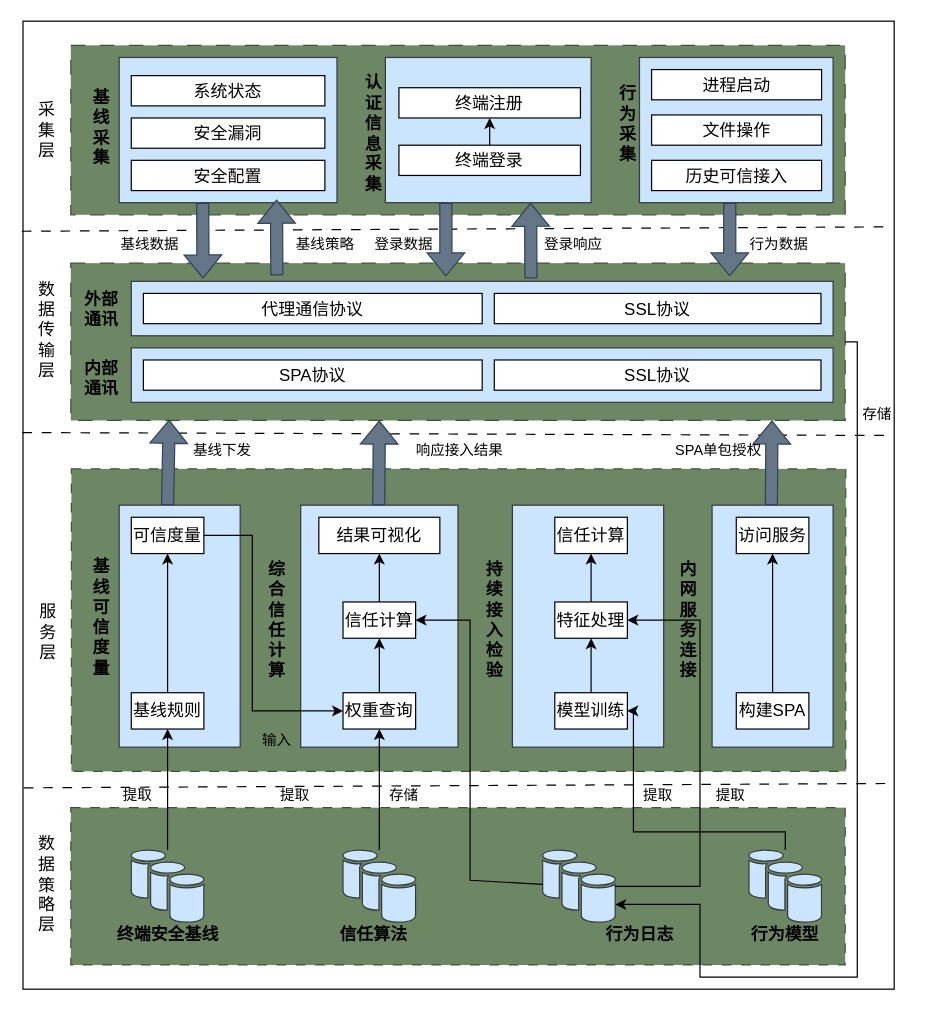
This is testDirectory/零信任可信接入系统架构图.drawio from Moose1273/-, a draw.io file, before an edit. Source tidied: cells renumbered, new cells numbered last; positions are measured from the earlier drawing's top-left corner, leaving out a move shared by most shapes. Both pictures are drawn from the tidied source at 121%, with x=0, y=0 at pixel (22, 21).
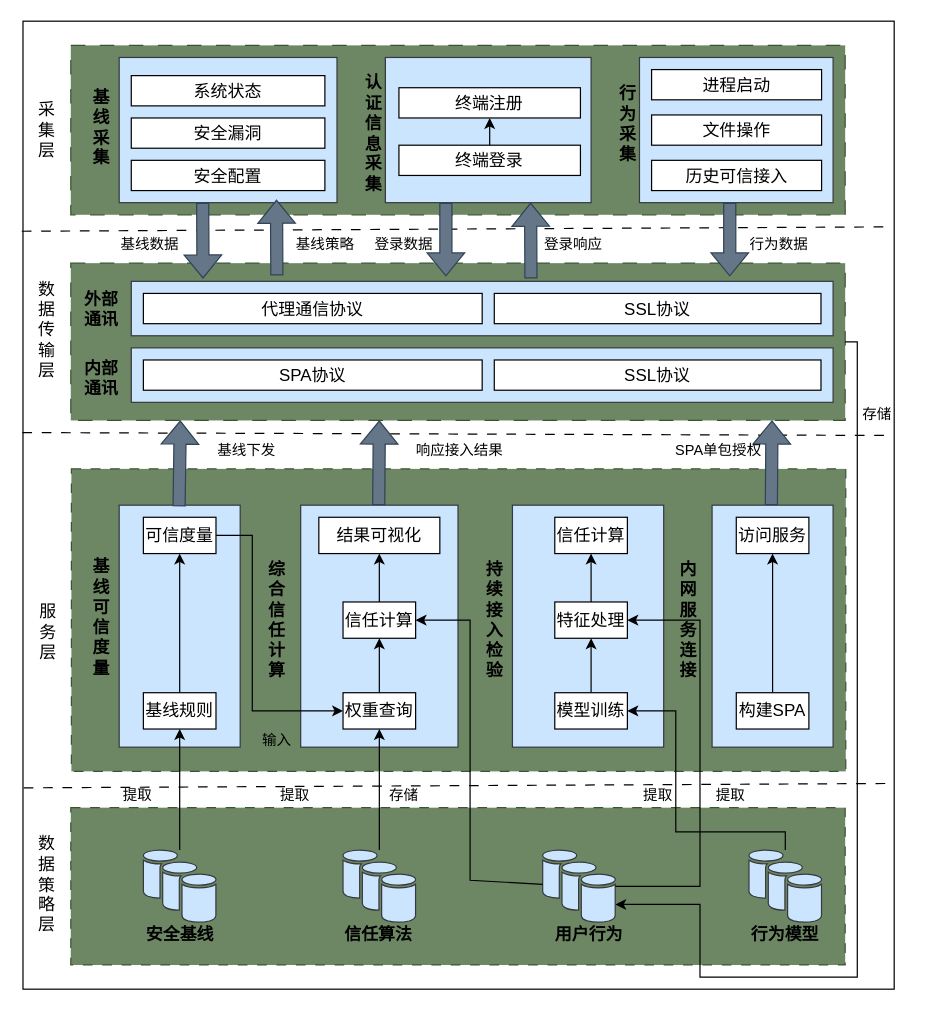
The same diagram, later.

Commit message:
更新零信任可信接入系统架构图.drawio

The change refers to these unchanged cells:
```xml
<mxCell id="3" style="rounded=0;whiteSpace=wrap;html=1;fillColor=#6d8764;strokeColor=#3A5431;fontColor=#ffffff;dashed=1;dashPattern=12 12;" parent="1" vertex="1">
  <mxGeometry x="40" y="200" width="640" height="130" as="geometry" />
</mxCell>
<mxCell id="39" style="sketch=0;shadow=0;dashed=0;html=1;strokeColor=#36393d;fillColor=#cce5ff;labelPosition=center;verticalLabelPosition=bottom;verticalAlign=top;outlineConnect=0;align=center;shape=mxgraph.office.databases.database_availability_group;fontSize=14;" parent="1" vertex="1">
  <mxGeometry x="600.5" y="685" width="60" height="60" as="geometry" />
</mxCell>
<mxCell id="76" value="模型训练" style="whiteSpace=wrap;html=1;fontSize=14;verticalAlign=middle;sketch=0;shadow=0;dashed=0;" parent="1" vertex="1">
  <mxGeometry x="440" y="555" width="60" height="30" as="geometry" />
</mxCell>
```

Diff of the diagram source:
```diff
@@
     <mxCell id="21" style="sketch=0;shadow=0;dashed=0;html=1;labelPosition=center;verticalLabelPosition=bottom;verticalAlign=top;outlineConnect=0;align=center;shape=mxgraph.office.databases.database_availability_group;fontSize=14;fillColor=#cce5ff;strokeColor=#36393d;" parent="1" vertex="1">
-      <mxGeometry x="90" y="685" width="60" height="60" as="geometry" />
+      <mxGeometry x="100" y="685" width="60" height="60" as="geometry" />
     </mxCell>
@@
     <mxCell id="35" value="&lt;b&gt;&lt;font style=&quot;font-size: 14px;&quot;&gt;信任算法&lt;/font&gt;&lt;/b&gt;" style="text;html=1;align=center;verticalAlign=middle;strokeColor=none;fillColor=none;" parent="1" vertex="1">
-      <mxGeometry x="250" y="740" width="80" height="30" as="geometry" />
+      <mxGeometry x="253.5" y="740" width="80" height="30" as="geometry" />
     </mxCell>
-    <mxCell id="36" value="&lt;span style=&quot;font-size: 14px;&quot;&gt;&lt;b&gt;行为日志&lt;/b&gt;&lt;/span&gt;" style="text;html=1;align=center;verticalAlign=middle;strokeColor=none;fillColor=none;" parent="1" vertex="1">
-      <mxGeometry x="470" y="740" width="80" height="30" as="geometry" />
+    <mxCell id="36" value="&lt;span style=&quot;font-size: 14px;&quot;&gt;&lt;b&gt;用户行为&lt;/b&gt;&lt;/span&gt;" style="text;html=1;align=center;verticalAlign=middle;strokeColor=none;fillColor=none;" parent="1" vertex="1">
+      <mxGeometry x="427.5" y="740" width="80" height="30" as="geometry" />
     </mxCell>
@@
-    <mxCell id="40" value="&lt;span style=&quot;font-size: 14px;&quot;&gt;&lt;b&gt;终端安全基线&lt;/b&gt;&lt;/span&gt;" style="text;html=1;align=center;verticalAlign=middle;strokeColor=none;fillColor=none;" parent="1" vertex="1">
-      <mxGeometry x="65" y="740" width="110" height="30" as="geometry" />
+    <mxCell id="40" value="&lt;span style=&quot;font-size: 14px;&quot;&gt;&lt;b&gt;安全基线&lt;/b&gt;&lt;/span&gt;" style="text;html=1;align=center;verticalAlign=middle;strokeColor=none;fillColor=none;" parent="1" vertex="1">
+      <mxGeometry x="90" y="740" width="80" height="30" as="geometry" />
     </mxCell>
@@
     <mxCell id="59" value="可信度量" style="rounded=0;whiteSpace=wrap;html=1;fontSize=14;" parent="1" vertex="1">
-      <mxGeometry x="90" y="410" width="60" height="30" as="geometry" />
+      <mxGeometry x="100" y="410" width="60" height="30" as="geometry" />
     </mxCell>
@@
     <mxCell id="62" value="基线规则" style="whiteSpace=wrap;html=1;fontSize=14;verticalAlign=middle;sketch=0;shadow=0;dashed=0;" parent="1" vertex="1">
-      <mxGeometry x="90" y="555" width="60" height="30" as="geometry" />
+      <mxGeometry x="100" y="555" width="60" height="30" as="geometry" />
     </mxCell>
@@
-    <mxCell id="67" style="shape=flexArrow;endArrow=classic;html=1;rounded=0;exitX=0.5;exitY=1;exitDx=0;exitDy=0;entryX=0.127;entryY=0.995;entryDx=0;entryDy=0;entryPerimeter=0;fillColor=#647687;strokeColor=#314354;" parent="1" edge="1" target="3">
-      <mxGeometry relative="1" as="geometry">
-        <mxPoint x="120" y="400" as="sourcePoint" />
-      </mxGeometry>
-    </mxCell>
@@
     <mxCell id="72" value="基线下发" style="text;html=1;align=center;verticalAlign=middle;strokeColor=none;fillColor=none;" parent="1" vertex="1">
-      <mxGeometry x="130" y="340" width="70" height="30" as="geometry" />
+      <mxGeometry x="150" y="340" width="70" height="30" as="geometry" />
     </mxCell>
@@
     <mxCell id="91" style="edgeStyle=orthogonalEdgeStyle;rounded=0;jettySize=auto;html=1;" parent="1" edge="1" source="39" target="76">
       <mxGeometry relative="1" as="geometry">
         <Array as="points">
           <mxPoint x="631" y="670" />
-          <mxPoint x="505" y="670" />
+          <mxPoint x="540" y="670" />
+          <mxPoint x="540" y="570" />
         </Array>
       </mxGeometry>
     </mxCell>
@@
+    <mxCell id="100" style="shape=flexArrow;endArrow=classic;html=1;rounded=0;exitX=0.5;exitY=1;exitDx=0;exitDy=0;entryX=0.127;entryY=0.995;entryDx=0;entryDy=0;entryPerimeter=0;fillColor=#647687;strokeColor=#314354;" parent="1" edge="1">
+      <mxGeometry relative="1" as="geometry">
+        <mxPoint x="129.5" y="401" as="sourcePoint" />
+        <mxPoint x="130.5" y="330" as="targetPoint" />
+      </mxGeometry>
+    </mxCell>
```
